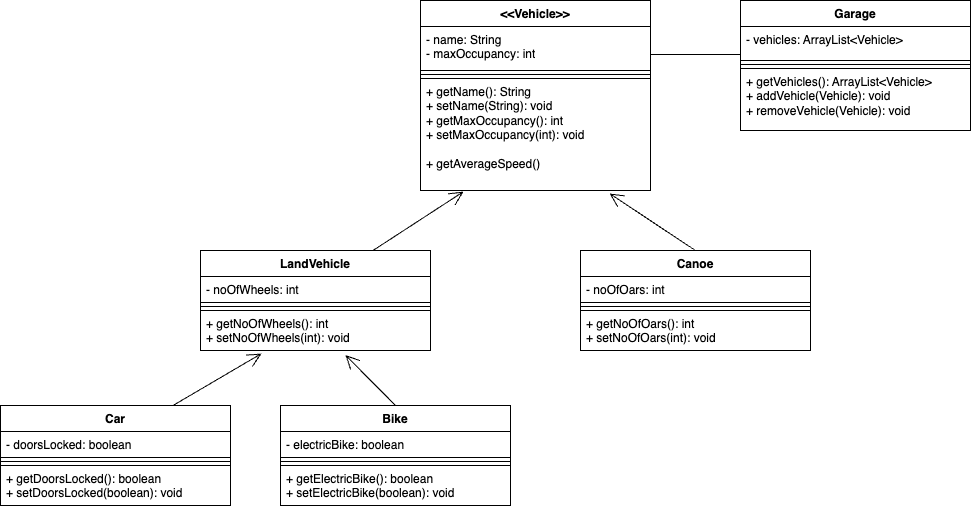
The draw.io diagram PolymorphismUMLFinal.png in H8S8/PolymorphismLab, before a commit. Source tidied: cells renumbered, new cells last; positions are measured from the earlier drawing's top-left corner, leaving out a move shared by most shapes.
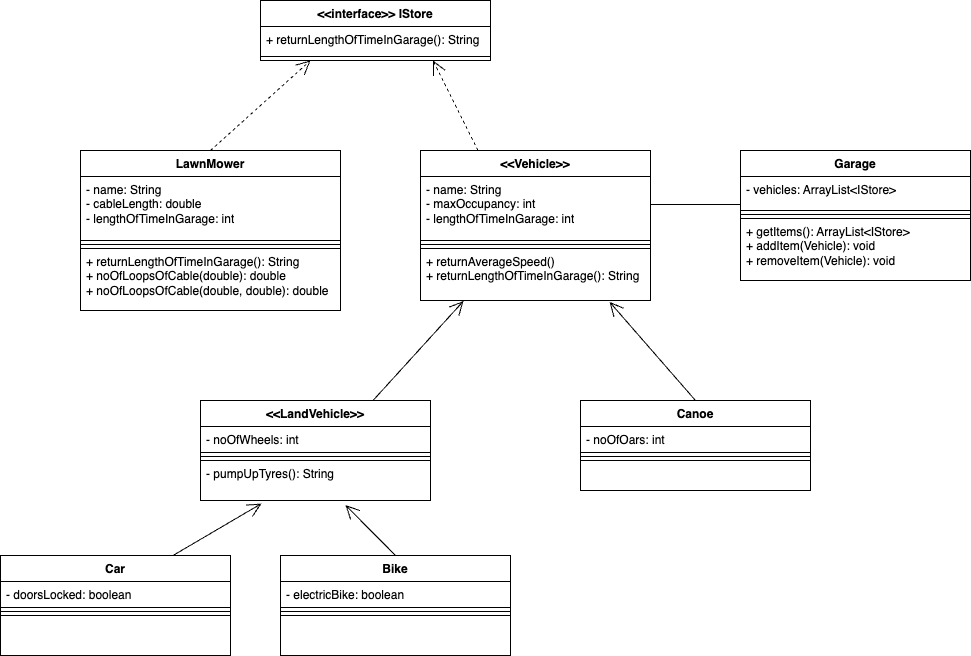
After the commit.

Commit message:
organise UML diagrams

Diff of the diagram source:
```diff
@@ -3,16 +3,16 @@
     <mxCell id="0" />
     <mxCell id="1" parent="0" />
     <mxCell id="2" value="&amp;lt;&amp;lt;Vehicle&amp;gt;&amp;gt;" style="swimlane;fontStyle=1;align=center;verticalAlign=top;horizontal=1;startSize=26;whiteSpace=wrap;html=1;strokeColor=#000000;" parent="1" vertex="1">
-      <mxGeometry x="420" width="230" height="190" as="geometry" />
+      <mxGeometry x="420" width="230" height="150" as="geometry" />
     </mxCell>
-    <mxCell id="3" value="- name: String&lt;br&gt;- maxOccupancy: int" style="text;strokeColor=#000000;fillColor=none;align=left;verticalAlign=top;spacingLeft=4;spacingRight=4;overflow=hidden;whiteSpace=wrap;html=1;" parent="2" vertex="1">
-      <mxGeometry y="26" width="230" height="44" as="geometry" />
+    <mxCell id="3" value="- name: String&lt;br&gt;- maxOccupancy: int&lt;br&gt;- lengthOfTimeInGarage: int" style="text;strokeColor=#000000;fillColor=none;align=left;verticalAlign=top;spacingLeft=4;spacingRight=4;overflow=hidden;whiteSpace=wrap;html=1;" parent="2" vertex="1">
+      <mxGeometry y="26" width="230" height="64" as="geometry" />
     </mxCell>
     <mxCell id="4" style="line;strokeWidth=1;fillColor=none;align=left;verticalAlign=middle;spacingTop=-1;spacingLeft=3;spacingRight=3;labelPosition=right;strokeColor=#000000;" parent="2" vertex="1">
-      <mxGeometry y="70" width="230" height="8" as="geometry" />
+      <mxGeometry y="90" width="230" height="8" as="geometry" />
     </mxCell>
-    <mxCell id="5" value="+ getName(): String&lt;br&gt;+ setName(String): void&lt;br&gt;+ getMaxOccupancy(): int&lt;br&gt;+ setMaxOccupancy(int): void&lt;br&gt;&lt;br&gt;+ getAverageSpeed()&lt;br&gt;&lt;br&gt;" style="text;strokeColor=#000000;fillColor=none;align=left;verticalAlign=top;spacingLeft=4;spacingRight=4;overflow=hidden;points=[[0,0.5],[1,0.5]];portConstraint=eastwest;whiteSpace=wrap;html=1;" parent="2" vertex="1">
-      <mxGeometry y="78" width="230" height="112" as="geometry" />
+    <mxCell id="5" value="+ returnAverageSpeed()&lt;br&gt;+ returnLengthOfTimeInGarage(): String" style="text;strokeColor=#000000;fillColor=none;align=left;verticalAlign=top;spacingLeft=4;spacingRight=4;overflow=hidden;points=[[0,0.5],[1,0.5]];portConstraint=eastwest;whiteSpace=wrap;html=1;" parent="2" vertex="1">
+      <mxGeometry y="98" width="230" height="52" as="geometry" />
     </mxCell>
     <mxCell id="6" value="Car" style="swimlane;fontStyle=1;align=center;verticalAlign=top;horizontal=1;startSize=26;whiteSpace=wrap;html=1;strokeColor=#000000;" parent="1" vertex="1">
       <mxGeometry y="405" width="230" height="100" as="geometry" />
@@ -23,7 +23,7 @@
     <mxCell id="8" style="line;strokeWidth=1;fillColor=none;align=left;verticalAlign=middle;spacingTop=-1;spacingLeft=3;spacingRight=3;labelPosition=right;strokeColor=#000000;" parent="6" vertex="1">
       <mxGeometry y="52" width="230" height="8" as="geometry" />
     </mxCell>
-    <mxCell id="9" value="+ getDoorsLocked(): boolean&lt;br&gt;+ setDoorsLocked(boolean): void" style="text;strokeColor=#000000;fillColor=none;align=left;verticalAlign=top;spacingLeft=4;spacingRight=4;overflow=hidden;whiteSpace=wrap;html=1;" parent="6" vertex="1">
+    <mxCell id="9" style="text;strokeColor=#000000;fillColor=none;align=left;verticalAlign=top;spacingLeft=4;spacingRight=4;overflow=hidden;whiteSpace=wrap;html=1;" parent="6" vertex="1">
       <mxGeometry y="60" width="230" height="40" as="geometry" />
     </mxCell>
     <mxCell id="10" value="Bike" style="swimlane;fontStyle=1;align=center;verticalAlign=top;horizontal=1;startSize=26;whiteSpace=wrap;html=1;strokeColor=#000000;" parent="1" vertex="1">
@@ -35,7 +35,7 @@
     <mxCell id="12" style="line;strokeWidth=1;fillColor=none;align=left;verticalAlign=middle;spacingTop=-1;spacingLeft=3;spacingRight=3;labelPosition=right;strokeColor=#000000;" parent="10" vertex="1">
       <mxGeometry y="52" width="230" height="8" as="geometry" />
     </mxCell>
-    <mxCell id="13" value="+ getElectricBike(): boolean&lt;br&gt;+ setElectricBike(boolean): void" style="text;strokeColor=#000000;fillColor=none;align=left;verticalAlign=top;spacingLeft=4;spacingRight=4;overflow=hidden;whiteSpace=wrap;html=1;" parent="10" vertex="1">
+    <mxCell id="13" style="text;strokeColor=#000000;fillColor=none;align=left;verticalAlign=top;spacingLeft=4;spacingRight=4;overflow=hidden;whiteSpace=wrap;html=1;" parent="10" vertex="1">
       <mxGeometry y="60" width="230" height="40" as="geometry" />
     </mxCell>
     <mxCell id="14" style="endArrow=open;endFill=1;endSize=12;html=1;rounded=0;exitX=0.75;exitY=0;exitDx=0;exitDy=0;entryX=0.265;entryY=1.077;entryDx=0;entryDy=0;entryPerimeter=0;strokeColor=#000000;" parent="1" edge="1" source="6" target="24">
@@ -47,19 +47,19 @@
     <mxCell id="16" value="Garage" style="swimlane;fontStyle=1;align=center;verticalAlign=top;horizontal=1;startSize=26;whiteSpace=wrap;html=1;strokeColor=#000000;" parent="1" vertex="1">
       <mxGeometry x="740" width="230" height="130" as="geometry" />
     </mxCell>
-    <mxCell id="17" value="- vehicles: ArrayList&amp;lt;Vehicle&amp;gt;" style="text;strokeColor=#000000;fillColor=none;align=left;verticalAlign=top;spacingLeft=4;spacingRight=4;overflow=hidden;whiteSpace=wrap;html=1;" parent="16" vertex="1">
+    <mxCell id="17" value="- vehicles: ArrayList&amp;lt;IStore&amp;gt;" style="text;strokeColor=#000000;fillColor=none;align=left;verticalAlign=top;spacingLeft=4;spacingRight=4;overflow=hidden;whiteSpace=wrap;html=1;" parent="16" vertex="1">
       <mxGeometry y="26" width="230" height="34" as="geometry" />
     </mxCell>
     <mxCell id="18" style="line;strokeWidth=1;fillColor=none;align=left;verticalAlign=middle;spacingTop=-1;spacingLeft=3;spacingRight=3;labelPosition=right;strokeColor=#000000;" parent="16" vertex="1">
       <mxGeometry y="60" width="230" height="8" as="geometry" />
     </mxCell>
-    <mxCell id="19" value="+ getVehicles(): ArrayList&amp;lt;Vehicle&amp;gt;&lt;br&gt;+ addVehicle(Vehicle): void&lt;br&gt;+ removeVehicle(Vehicle): void" style="text;strokeColor=#000000;fillColor=none;align=left;verticalAlign=top;spacingLeft=4;spacingRight=4;overflow=hidden;whiteSpace=wrap;html=1;" parent="16" vertex="1">
+    <mxCell id="19" value="+ getItems(): ArrayList&amp;lt;IStore&amp;gt;&lt;br&gt;+ addItem(Vehicle): void&lt;br&gt;+ removeItem(Vehicle): void" style="text;strokeColor=#000000;fillColor=none;align=left;verticalAlign=top;spacingLeft=4;spacingRight=4;overflow=hidden;whiteSpace=wrap;html=1;" parent="16" vertex="1">
       <mxGeometry y="68" width="230" height="62" as="geometry" />
     </mxCell>
     <mxCell id="20" style="line;strokeWidth=1;fillColor=none;align=left;verticalAlign=middle;spacingTop=-1;spacingLeft=3;spacingRight=3;labelPosition=right;strokeColor=#000000;" parent="1" vertex="1">
       <mxGeometry x="650" y="50" width="90" height="8" as="geometry" />
     </mxCell>
-    <mxCell id="21" value="LandVehicle" style="swimlane;fontStyle=1;align=center;verticalAlign=top;horizontal=1;startSize=26;whiteSpace=wrap;html=1;strokeColor=#000000;" parent="1" vertex="1">
+    <mxCell id="21" value="&amp;lt;&amp;lt;LandVehicle&amp;gt;&amp;gt;" style="swimlane;fontStyle=1;align=center;verticalAlign=top;horizontal=1;startSize=26;whiteSpace=wrap;html=1;strokeColor=#000000;" parent="1" vertex="1">
       <mxGeometry x="200" y="250" width="230" height="100" as="geometry" />
     </mxCell>
     <mxCell id="22" value="- noOfWheels: int" style="text;strokeColor=#000000;fillColor=none;align=left;verticalAlign=top;spacingLeft=4;spacingRight=4;overflow=hidden;whiteSpace=wrap;html=1;" parent="21" vertex="1">
@@ -68,14 +68,14 @@
     <mxCell id="23" style="line;strokeWidth=1;fillColor=none;align=left;verticalAlign=middle;spacingTop=-1;spacingLeft=3;spacingRight=3;labelPosition=right;strokeColor=#000000;" parent="21" vertex="1">
       <mxGeometry y="52" width="230" height="8" as="geometry" />
     </mxCell>
-    <mxCell id="24" value="+ getNoOfWheels(): int&lt;br&gt;+ setNoOfWheels(int): void" style="text;strokeColor=#000000;fillColor=none;align=left;verticalAlign=top;spacingLeft=4;spacingRight=4;overflow=hidden;points=[[0,0.5],[1,0.5]];portConstraint=eastwest;whiteSpace=wrap;html=1;" parent="21" vertex="1">
+    <mxCell id="24" value="- pumpUpTyres(): String" style="text;strokeColor=#000000;fillColor=none;align=left;verticalAlign=top;spacingLeft=4;spacingRight=4;overflow=hidden;points=[[0,0.5],[1,0.5]];portConstraint=eastwest;whiteSpace=wrap;html=1;" parent="21" vertex="1">
       <mxGeometry y="60" width="230" height="40" as="geometry" />
     </mxCell>
     <mxCell id="25" style="endArrow=open;endFill=1;endSize=12;html=1;rounded=0;exitX=0.75;exitY=0;exitDx=0;exitDy=0;entryX=0.187;entryY=1.01;entryDx=0;entryDy=0;entryPerimeter=0;strokeColor=#000000;" parent="1" edge="1" source="21" target="5">
       <mxGeometry relative="1" as="geometry" />
     </mxCell>
     <mxCell id="26" value="Canoe" style="swimlane;fontStyle=1;align=center;verticalAlign=top;horizontal=1;startSize=26;whiteSpace=wrap;html=1;strokeColor=#000000;" parent="1" vertex="1">
-      <mxGeometry x="580" y="250" width="230" height="100" as="geometry" />
+      <mxGeometry x="580" y="250" width="230" height="90" as="geometry" />
     </mxCell>
     <mxCell id="27" value="- noOfOars: int" style="text;strokeColor=#000000;fillColor=none;align=left;verticalAlign=top;spacingLeft=4;spacingRight=4;overflow=hidden;whiteSpace=wrap;html=1;" parent="26" vertex="1">
       <mxGeometry y="26" width="230" height="26" as="geometry" />
@@ -83,11 +83,40 @@
     <mxCell id="28" style="line;strokeWidth=1;fillColor=none;align=left;verticalAlign=middle;spacingTop=-1;spacingLeft=3;spacingRight=3;labelPosition=right;strokeColor=#000000;" parent="26" vertex="1">
       <mxGeometry y="52" width="230" height="8" as="geometry" />
     </mxCell>
-    <mxCell id="29" value="+ getNoOfOars(): int&lt;br&gt;+ setNoOfOars(int): void" style="text;strokeColor=#000000;fillColor=none;align=left;verticalAlign=top;spacingLeft=4;spacingRight=4;overflow=hidden;whiteSpace=wrap;html=1;" parent="26" vertex="1">
-      <mxGeometry y="60" width="230" height="40" as="geometry" />
+    <mxCell id="29" style="text;strokeColor=#000000;fillColor=none;align=left;verticalAlign=top;spacingLeft=4;spacingRight=4;overflow=hidden;whiteSpace=wrap;html=1;" parent="26" vertex="1">
+      <mxGeometry y="60" width="230" height="30" as="geometry" />
     </mxCell>
     <mxCell id="30" style="endArrow=open;endFill=1;endSize=12;html=1;rounded=0;entryX=0.822;entryY=1.027;entryDx=0;entryDy=0;entryPerimeter=0;exitX=0.5;exitY=0;exitDx=0;exitDy=0;" parent="1" edge="1" source="26" target="5">
       <mxGeometry relative="1" as="geometry" />
     </mxCell>
+    <mxCell id="31" value="LawnMower" style="swimlane;fontStyle=1;align=center;verticalAlign=top;horizontal=1;startSize=26;whiteSpace=wrap;html=1;strokeColor=#000000;" parent="1" vertex="1">
+      <mxGeometry x="80" width="260" height="160" as="geometry" />
+    </mxCell>
+    <mxCell id="32" value="- name: String&lt;br&gt;- cableLength: double&lt;br&gt;- lengthOfTimeInGarage: int" style="text;strokeColor=#000000;fillColor=none;align=left;verticalAlign=top;spacingLeft=4;spacingRight=4;overflow=hidden;whiteSpace=wrap;html=1;" parent="31" vertex="1">
+      <mxGeometry y="26" width="260" height="64" as="geometry" />
+    </mxCell>
+    <mxCell id="33" style="line;strokeWidth=1;fillColor=none;align=left;verticalAlign=middle;spacingTop=-1;spacingLeft=3;spacingRight=3;labelPosition=right;strokeColor=#000000;" parent="31" vertex="1">
+      <mxGeometry y="90" width="260" height="8" as="geometry" />
+    </mxCell>
+    <mxCell id="34" value="+ returnLengthOfTimeInGarage(): String&lt;br&gt;+ noOfLoopsOfCable(double): double&lt;br&gt;+ noOfLoopsOfCable(double, double): double" style="text;strokeColor=#000000;fillColor=none;align=left;verticalAlign=top;spacingLeft=4;spacingRight=4;overflow=hidden;whiteSpace=wrap;html=1;" parent="31" vertex="1">
+      <mxGeometry y="98" width="260" height="62" as="geometry" />
+    </mxCell>
+    <mxCell id="35" value="&amp;lt;&amp;lt;interface&amp;gt;&amp;gt; IStore" style="swimlane;fontStyle=1;align=center;verticalAlign=top;horizontal=1;startSize=26;whiteSpace=wrap;html=1;" parent="1" vertex="1">
+      <mxGeometry x="260" y="-150" width="230" height="60" as="geometry" />
+    </mxCell>
+    <mxCell id="36" value="+ returnLengthOfTimeInGarage(): String" style="text;strokeColor=none;fillColor=none;align=left;verticalAlign=top;spacingLeft=4;spacingRight=4;overflow=hidden;whiteSpace=wrap;html=1;" parent="35" vertex="1">
+      <mxGeometry y="26" width="230" height="26" as="geometry" />
+    </mxCell>
+    <mxCell id="37" style="line;strokeWidth=1;fillColor=none;align=left;verticalAlign=middle;spacingTop=-1;spacingLeft=3;spacingRight=3;labelPosition=right;strokeColor=inherit;" parent="35" vertex="1">
+      <mxGeometry y="52" width="230" height="8" as="geometry" />
+    </mxCell>
+    <mxCell id="38" style="endArrow=open;endSize=12;dashed=1;html=1;rounded=0;exitX=0.5;exitY=0;exitDx=0;exitDy=0;" parent="1" edge="1" source="31">
+      <mxGeometry relative="1" as="geometry">
+        <mxPoint x="310" y="-90" as="targetPoint" />
+      </mxGeometry>
+    </mxCell>
+    <mxCell id="39" style="endArrow=open;endSize=12;dashed=1;html=1;rounded=0;entryX=0.75;entryY=1;entryDx=0;entryDy=0;exitX=0.25;exitY=0;exitDx=0;exitDy=0;" parent="1" edge="1" source="2" target="35">
+      <mxGeometry relative="1" as="geometry" />
+    </mxCell>
   </root>
 </mxGraphModel>
```
